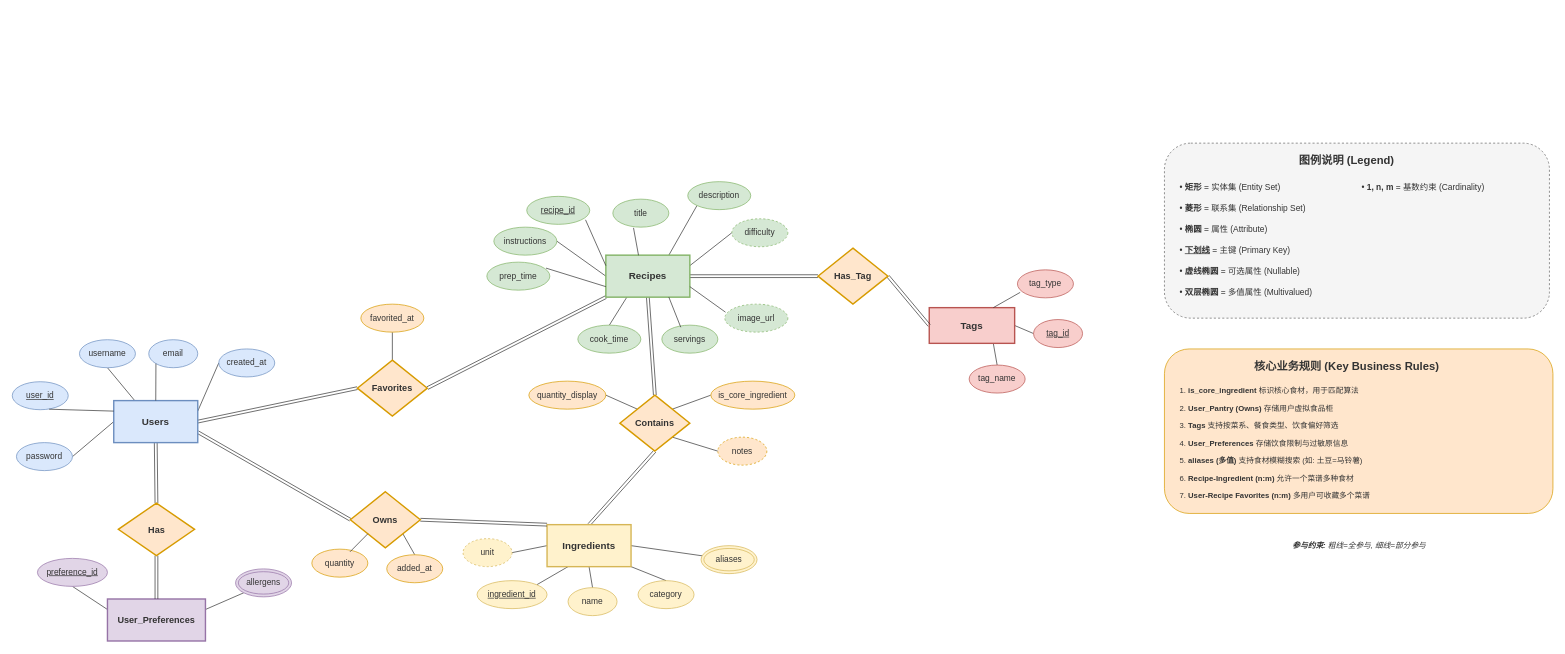
Earlier version of the draw.io diagram ER diagram.drawio (404NWF3/DavidRecipeToday). Source tidied: cells renumbered, new cells numbered last; positions are measured from the earlier drawing's top-left corner, leaving out a move shared by most shapes. Both pictures are drawn from the tidied source at 70%, with x=0, y=0 at pixel (12, 143).
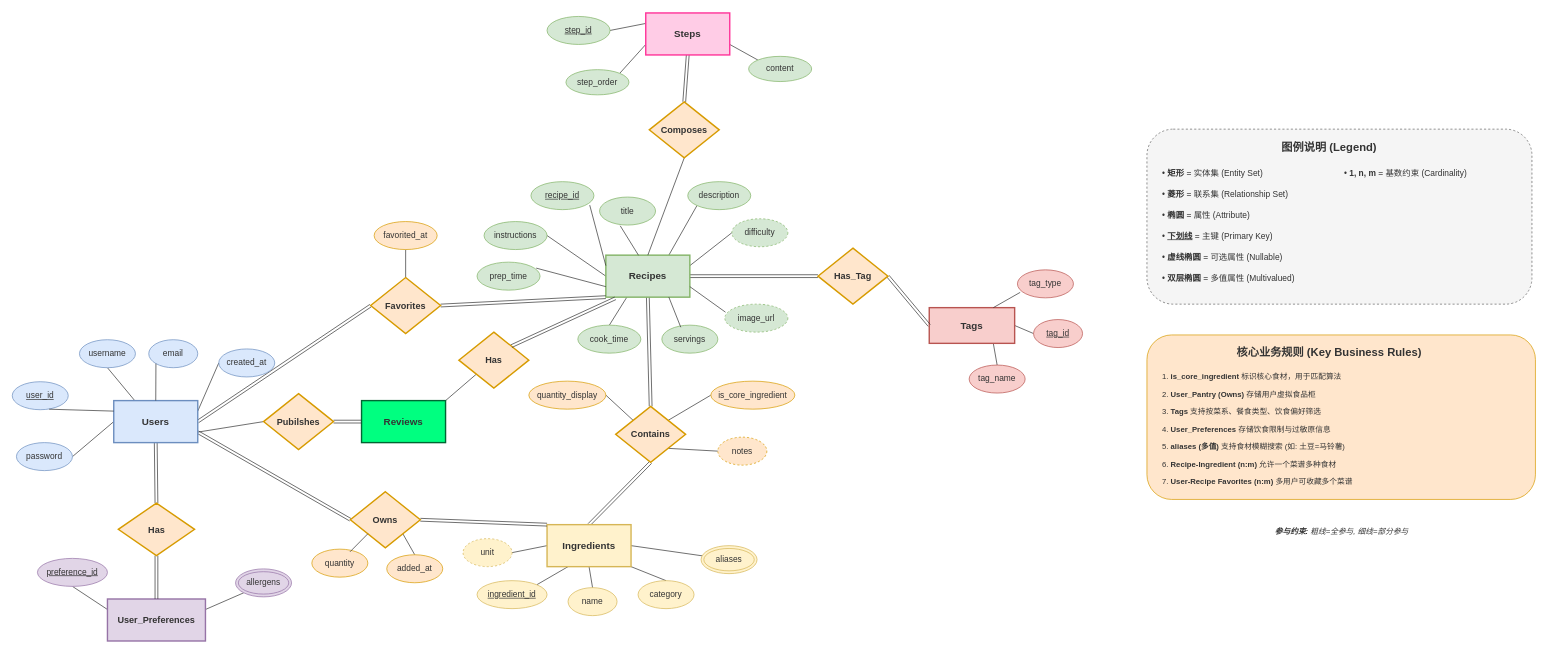
Above is the later version.

Commit message (it also covers changes not shown here):
a better ER digram

Unchanged cells that the change refers to:
```xml
<mxCell id="20" value="&lt;b&gt;Recipes&lt;/b&gt;" style="rounded=0;whiteSpace=wrap;html=1;fillColor=#d5e8d4;strokeColor=#82B366;fontStyle=1;fontSize=14;strokeWidth=2;fontColor=#333333;" parent="1" vertex="1">
  <mxGeometry x="848" y="160" width="120" height="60" as="geometry" />
</mxCell>
<mxCell id="48" value="&lt;b&gt;Users&lt;/b&gt;" style="rounded=0;whiteSpace=wrap;html=1;fillColor=#dae8fc;strokeColor=#6c8ebf;fontStyle=1;fontSize=14;strokeWidth=2;fontColor=#333333;" parent="1" vertex="1">
  <mxGeometry x="145" y="367.8" width="120" height="60" as="geometry" />
</mxCell>
```

The edit, as a diff of the source:
```diff
@@
     <mxCell id="21" value="&lt;u&gt;recipe_id&lt;/u&gt;" style="ellipse;whiteSpace=wrap;html=1;fillColor=#d5e8d4;strokeColor=#82b366;fontColor=#333333;" parent="1" vertex="1">
-      <mxGeometry x="735" y="76" width="90" height="40" as="geometry" />
+      <mxGeometry x="741" y="55" width="90" height="40" as="geometry" />
     </mxCell>
     <mxCell id="22" value="title" style="ellipse;whiteSpace=wrap;html=1;fillColor=#d5e8d4;strokeColor=#82b366;fontColor=#333333;" parent="1" vertex="1">
-      <mxGeometry x="858" y="80" width="80" height="40" as="geometry" />
+      <mxGeometry x="839" y="77" width="80" height="40" as="geometry" />
     </mxCell>
@@
     <mxCell id="24" value="instructions" style="ellipse;whiteSpace=wrap;html=1;fillColor=#d5e8d4;strokeColor=#82b366;fontColor=#333333;" parent="1" vertex="1">
-      <mxGeometry x="688" y="120" width="90" height="40" as="geometry" />
+      <mxGeometry x="674" y="112" width="90" height="40" as="geometry" />
     </mxCell>
     <mxCell id="25" value="prep_time" style="ellipse;whiteSpace=wrap;html=1;fillColor=#d5e8d4;strokeColor=#82b366;fontColor=#333333;" parent="1" vertex="1">
-      <mxGeometry x="678" y="170" width="90" height="40" as="geometry" />
+      <mxGeometry x="664" y="170" width="90" height="40" as="geometry" />
     </mxCell>
@@
     <mxCell id="38" value="&lt;b&gt;Contains&lt;/b&gt;" style="rhombus;whiteSpace=wrap;html=1;fillColor=#ffe6cc;strokeColor=#d79b00;fontStyle=1;fontSize=13;strokeWidth=2;fontColor=#333333;" parent="1" vertex="1">
-      <mxGeometry x="868" y="360" width="100" height="80" as="geometry" />
+      <mxGeometry x="862" y="376" width="100" height="80" as="geometry" />
     </mxCell>
@@
+    <mxCell id="101" style="rounded=0;jettySize=auto;html=1;exitX=1;exitY=0.75;exitDx=0;exitDy=0;entryX=0;entryY=0.5;entryDx=0;entryDy=0;endArrow=none;endFill=0;strokeColor=#333333;" parent="1" edge="1" source="48" target="115">
+      <mxGeometry relative="1" as="geometry" />
+    </mxCell>
@@
     <mxCell id="71" value="&lt;b&gt;Favorites&lt;/b&gt;" style="rhombus;whiteSpace=wrap;html=1;fillColor=#ffe6cc;strokeColor=#d79b00;fontStyle=1;fontSize=13;strokeWidth=2;fontColor=#333333;" parent="1" vertex="1">
-      <mxGeometry x="493" y="310" width="100" height="80" as="geometry" />
+      <mxGeometry x="512" y="192" width="100" height="80" as="geometry" />
     </mxCell>
     <mxCell id="72" value="favorited_at" style="ellipse;whiteSpace=wrap;html=1;fillColor=#ffe6cc;strokeColor=#d79b00;fontColor=#333333;" parent="1" vertex="1">
-      <mxGeometry x="498" y="230" width="90" height="40" as="geometry" />
+      <mxGeometry x="517" y="112" width="90" height="40" as="geometry" />
     </mxCell>
@@
     <mxCell id="82" style="rounded=1;whiteSpace=wrap;html=1;fillColor=#f5f5f5;strokeColor=#666666;fontColor=#333333;dashed=1;align=left;verticalAlign=top;" parent="1" vertex="1">
-      <mxGeometry x="1646" width="550" height="250" as="geometry" />
+      <mxGeometry x="1621" y="-20" width="550" height="250" as="geometry" />
     </mxCell>
     <mxCell id="83" value="&lt;b&gt;&lt;font style=&quot;font-size: 16px;&quot;&gt;图例说明 (Legend)&lt;/font&gt;&lt;/b&gt;" style="text;html=1;align=center;verticalAlign=middle;fontColor=#333333;" parent="1" vertex="1">
-      <mxGeometry x="1816" y="10" width="180" height="30" as="geometry" />
+      <mxGeometry x="1791" y="-10" width="180" height="30" as="geometry" />
     </mxCell>
     <mxCell id="84" value="• &lt;b&gt;矩形&lt;/b&gt; = 实体集 (Entity Set)" style="text;html=1;align=left;verticalAlign=middle;fontSize=12;fontColor=#333333;" parent="1" vertex="1">
-      <mxGeometry x="1666" y="50" width="220" height="25" as="geometry" />
+      <mxGeometry x="1641" y="30" width="220" height="25" as="geometry" />
     </mxCell>
     <mxCell id="85" value="• &lt;b&gt;菱形&lt;/b&gt; = 联系集 (Relationship Set)" style="text;html=1;align=left;verticalAlign=middle;fontSize=12;fontColor=#333333;" parent="1" vertex="1">
-      <mxGeometry x="1666" y="80" width="260" height="25" as="geometry" />
+      <mxGeometry x="1641" y="60" width="260" height="25" as="geometry" />
     </mxCell>
     <mxCell id="86" value="• &lt;b&gt;椭圆&lt;/b&gt; = 属性 (Attribute)" style="text;html=1;align=left;verticalAlign=middle;fontSize=12;fontColor=#333333;" parent="1" vertex="1">
-      <mxGeometry x="1666" y="110" width="210" height="25" as="geometry" />
+      <mxGeometry x="1641" y="90" width="210" height="25" as="geometry" />
     </mxCell>
     <mxCell id="87" value="• &lt;b&gt;&lt;u&gt;下划线&lt;/u&gt;&lt;/b&gt; = 主键 (Primary Key)" style="text;html=1;align=left;verticalAlign=middle;fontSize=12;fontColor=#333333;" parent="1" vertex="1">
-      <mxGeometry x="1666" y="140" width="240" height="25" as="geometry" />
+      <mxGeometry x="1641" y="120" width="240" height="25" as="geometry" />
     </mxCell>
     <mxCell id="88" value="• &lt;b&gt;虚线椭圆&lt;/b&gt; = 可选属性 (Nullable)" style="text;html=1;align=left;verticalAlign=middle;fontSize=12;fontColor=#333333;" parent="1" vertex="1">
-      <mxGeometry x="1666" y="170" width="260" height="25" as="geometry" />
+      <mxGeometry x="1641" y="150" width="260" height="25" as="geometry" />
     </mxCell>
     <mxCell id="89" value="• &lt;b&gt;双层椭圆&lt;/b&gt; = 多值属性 (Multivalued)" style="text;html=1;align=left;verticalAlign=middle;fontSize=12;fontColor=#333333;" parent="1" vertex="1">
-      <mxGeometry x="1666" y="200" width="280" height="25" as="geometry" />
+      <mxGeometry x="1641" y="180" width="280" height="25" as="geometry" />
     </mxCell>
     <mxCell id="90" value="• &lt;b&gt;1, n, m&lt;/b&gt; = 基数约束 (Cardinality)" style="text;html=1;align=left;verticalAlign=middle;fontSize=12;fontColor=#333333;" parent="1" vertex="1">
-      <mxGeometry x="1926" y="50" width="250" height="25" as="geometry" />
+      <mxGeometry x="1901" y="30" width="250" height="25" as="geometry" />
     </mxCell>
     <mxCell id="91" style="rounded=1;whiteSpace=wrap;html=1;fillColor=#ffe6cc;strokeColor=#d79b00;align=left;verticalAlign=top;fontColor=#333333;" parent="1" vertex="1">
-      <mxGeometry x="1646" y="294" width="555" height="235" as="geometry" />
+      <mxGeometry x="1621" y="274" width="555" height="235" as="geometry" />
     </mxCell>
     <mxCell id="92" value="&lt;b&gt;&lt;font style=&quot;font-size: 16px;&quot;&gt;核心业务规则 (Key Business Rules)&lt;/font&gt;&lt;/b&gt;" style="text;html=1;align=center;verticalAlign=middle;fontColor=#333333;" parent="1" vertex="1">
-      <mxGeometry x="1756" y="304" width="300" height="30" as="geometry" />
+      <mxGeometry x="1731" y="284" width="300" height="30" as="geometry" />
     </mxCell>
     <mxCell id="93" value="1. &lt;b&gt;is_core_ingredient&lt;/b&gt; 标识核心食材，用于匹配算法" style="text;html=1;align=left;verticalAlign=middle;fontSize=11;fontColor=#333333;" parent="1" vertex="1">
-      <mxGeometry x="1666" y="344" width="350" height="20" as="geometry" />
+      <mxGeometry x="1641" y="324" width="350" height="20" as="geometry" />
     </mxCell>
     <mxCell id="94" value="2. &lt;b&gt;User_Pantry (Owns)&lt;/b&gt; 存储用户虚拟食品柜" style="text;html=1;align=left;verticalAlign=middle;fontSize=11;fontColor=#333333;" parent="1" vertex="1">
-      <mxGeometry x="1666" y="369" width="340" height="20" as="geometry" />
+      <mxGeometry x="1641" y="349" width="340" height="20" as="geometry" />
     </mxCell>
     <mxCell id="95" value="3. &lt;b&gt;Tags&lt;/b&gt; 支持按菜系、餐食类型、饮食偏好筛选" style="text;html=1;align=left;verticalAlign=middle;fontSize=11;fontColor=#333333;" parent="1" vertex="1">
-      <mxGeometry x="1666" y="394" width="360" height="20" as="geometry" />
+      <mxGeometry x="1641" y="374" width="360" height="20" as="geometry" />
     </mxCell>
     <mxCell id="96" value="4. &lt;b&gt;User_Preferences&lt;/b&gt; 存储饮食限制与过敏原信息" style="text;html=1;align=left;verticalAlign=middle;fontSize=11;fontColor=#333333;" parent="1" vertex="1">
-      <mxGeometry x="1666" y="419" width="380" height="20" as="geometry" />
+      <mxGeometry x="1641" y="399" width="380" height="20" as="geometry" />
     </mxCell>
     <mxCell id="97" value="5. &lt;b&gt;aliases (多值)&lt;/b&gt; 支持食材模糊搜索 (如: 土豆=马铃薯)" style="text;html=1;align=left;verticalAlign=middle;fontSize=11;fontColor=#333333;" parent="1" vertex="1">
-      <mxGeometry x="1666" y="444" width="420" height="20" as="geometry" />
+      <mxGeometry x="1641" y="424" width="420" height="20" as="geometry" />
     </mxCell>
     <mxCell id="98" value="6. &lt;b&gt;Recipe-Ingredient (n:m)&lt;/b&gt; 允许一个菜谱多种食材" style="text;html=1;align=left;verticalAlign=middle;fontSize=11;fontColor=#333333;" parent="1" vertex="1">
-      <mxGeometry x="1666" y="469" width="400" height="20" as="geometry" />
+      <mxGeometry x="1641" y="449" width="400" height="20" as="geometry" />
     </mxCell>
     <mxCell id="99" value="7. &lt;b&gt;User-Recipe Favorites (n:m)&lt;/b&gt; 多用户可收藏多个菜谱" style="text;html=1;align=left;verticalAlign=middle;fontSize=11;fontColor=#333333;" parent="1" vertex="1">
-      <mxGeometry x="1666" y="494" width="420" height="20" as="geometry" />
+      <mxGeometry x="1641" y="474" width="420" height="20" as="geometry" />
     </mxCell>
     <mxCell id="100" value="&lt;b&gt;参与约束:&lt;/b&gt; 粗线=全参与, 细线=部分参与" style="text;html=1;align=center;verticalAlign=middle;fontSize=11;fontColor=#333333;fontStyle=2;" parent="1" vertex="1">
-      <mxGeometry x="1763.5" y="565" width="320" height="20" as="geometry" />
+      <mxGeometry x="1738.5" y="545" width="320" height="20" as="geometry" />
     </mxCell>
+    <mxCell id="102" style="rounded=0;jettySize=auto;html=1;exitX=0.5;exitY=1;exitDx=0;exitDy=0;entryX=0.5;entryY=0;entryDx=0;entryDy=0;shape=link;strokeColor=#333333;" parent="1" edge="1" source="106" target="110">
+      <mxGeometry relative="1" as="geometry" />
+    </mxCell>
+    <mxCell id="103" style="rounded=0;jettySize=auto;html=1;exitX=0;exitY=0.25;exitDx=0;exitDy=0;entryX=1;entryY=0.5;entryDx=0;entryDy=0;strokeColor=#333333;endArrow=none;endFill=0;" parent="1" edge="1" source="106" target="107">
+      <mxGeometry relative="1" as="geometry" />
+    </mxCell>
+    <mxCell id="104" style="rounded=0;jettySize=auto;html=1;exitX=0;exitY=0.75;exitDx=0;exitDy=0;entryX=1;entryY=0;entryDx=0;entryDy=0;strokeColor=#333333;endArrow=none;endFill=0;" parent="1" edge="1" source="106" target="108">
+      <mxGeometry relative="1" as="geometry" />
+    </mxCell>
+    <mxCell id="105" style="rounded=0;jettySize=auto;html=1;exitX=1;exitY=0.75;exitDx=0;exitDy=0;entryX=0;entryY=0;entryDx=0;entryDy=0;strokeColor=#333333;endArrow=none;endFill=0;" parent="1" edge="1" source="106" target="111">
+      <mxGeometry relative="1" as="geometry" />
+    </mxCell>
+    <mxCell id="106" value="&lt;b&gt;&lt;font style=&quot;color: rgb(51, 51, 51);&quot;&gt;Steps&lt;/font&gt;&lt;/b&gt;" style="rounded=0;whiteSpace=wrap;html=1;fillColor=#FFCCE6;strokeColor=#FF3399;fontStyle=1;fontSize=14;strokeWidth=2;fontColor=#333333;" parent="1" vertex="1">
+      <mxGeometry x="905" y="-186" width="120" height="60" as="geometry" />
+    </mxCell>
+    <mxCell id="107" value="&lt;font style=&quot;color: rgb(51, 51, 51);&quot;&gt;&lt;u&gt;step&lt;/u&gt;&lt;u style=&quot;background-color: transparent;&quot;&gt;_id&lt;/u&gt;&lt;/font&gt;" style="ellipse;whiteSpace=wrap;html=1;fillColor=light-dark(#d5e8d4, #ffcce6);strokeColor=light-dark(#82b366, #ff3399);fontColor=#333333;" parent="1" vertex="1">
+      <mxGeometry x="764" y="-181" width="90" height="40" as="geometry" />
+    </mxCell>
+    <mxCell id="108" value="&lt;font color=&quot;#333333&quot;&gt;step_order&lt;/font&gt;" style="ellipse;whiteSpace=wrap;html=1;fillColor=light-dark(#d5e8d4, #ffcce6);strokeColor=light-dark(#82b366, #ff3399);fontColor=#333333;" parent="1" vertex="1">
+      <mxGeometry x="791" y="-105" width="90" height="36" as="geometry" />
+    </mxCell>
+    <mxCell id="109" style="rounded=0;jettySize=auto;html=1;exitX=0.5;exitY=1;exitDx=0;exitDy=0;entryX=0.5;entryY=0;entryDx=0;entryDy=0;strokeColor=#333333;endArrow=none;endFill=0;" parent="1" edge="1" source="110" target="20">
+      <mxGeometry relative="1" as="geometry" />
+    </mxCell>
+    <mxCell id="110" value="&lt;b&gt;&lt;font style=&quot;color: rgb(51, 51, 51);&quot;&gt;Composes&lt;/font&gt;&lt;/b&gt;" style="rhombus;whiteSpace=wrap;html=1;fillColor=#ffe6cc;strokeColor=#d79b00;fontStyle=1;fontSize=13;strokeWidth=2;fontColor=#333333;" parent="1" vertex="1">
+      <mxGeometry x="910" y="-59" width="100" height="80" as="geometry" />
+    </mxCell>
+    <mxCell id="111" value="&lt;font color=&quot;#333333&quot;&gt;content&lt;/font&gt;" style="ellipse;whiteSpace=wrap;html=1;fillColor=light-dark(#d5e8d4, #ffcce6);strokeColor=light-dark(#82b366, #ff3399);fontColor=#333333;" parent="1" vertex="1">
+      <mxGeometry x="1052" y="-124" width="90" height="36" as="geometry" />
+    </mxCell>
+    <mxCell id="112" style="rounded=0;jettySize=auto;html=1;exitX=1;exitY=0;exitDx=0;exitDy=0;entryX=0;entryY=1;entryDx=0;entryDy=0;endArrow=none;endFill=0;strokeColor=#333333;" parent="1" edge="1" source="113" target="116">
+      <mxGeometry relative="1" as="geometry" />
+    </mxCell>
+    <mxCell id="113" value="&lt;b&gt;&lt;font style=&quot;color: rgb(51, 51, 51);&quot;&gt;Reviews&lt;/font&gt;&lt;/b&gt;" style="rounded=0;whiteSpace=wrap;html=1;fillColor=#00FF80;strokeColor=#006633;fontStyle=1;fontSize=14;strokeWidth=2;fontColor=#333333;" parent="1" vertex="1">
+      <mxGeometry x="499" y="367.8" width="120" height="60" as="geometry" />
+    </mxCell>
+    <mxCell id="114" style="edgeStyle=orthogonalEdgeStyle;rounded=0;jettySize=auto;html=1;exitX=1;exitY=0.5;exitDx=0;exitDy=0;entryX=0;entryY=0.5;entryDx=0;entryDy=0;shape=link;strokeColor=#333333;" parent="1" edge="1" source="115" target="113">
+      <mxGeometry relative="1" as="geometry" />
+    </mxCell>
+    <mxCell id="115" value="&lt;b&gt;&lt;font style=&quot;color: rgb(51, 51, 51);&quot;&gt;Pubilshes&lt;/font&gt;&lt;/b&gt;" style="rhombus;whiteSpace=wrap;html=1;fillColor=#ffe6cc;strokeColor=#d79b00;fontStyle=1;fontSize=13;strokeWidth=2;fontColor=#333333;" parent="1" vertex="1">
+      <mxGeometry x="359" y="357.8" width="100" height="80" as="geometry" />
+    </mxCell>
+    <mxCell id="116" value="&lt;b&gt;&lt;font style=&quot;color: rgb(51, 51, 51);&quot;&gt;Has&lt;/font&gt;&lt;/b&gt;" style="rhombus;whiteSpace=wrap;html=1;fillColor=#ffe6cc;strokeColor=#d79b00;fontStyle=1;fontSize=13;strokeWidth=2;fontColor=#333333;" parent="1" vertex="1">
+      <mxGeometry x="638" y="270" width="100" height="80" as="geometry" />
+    </mxCell>
+    <mxCell id="117" style="rounded=0;jettySize=auto;html=1;exitX=1;exitY=0;exitDx=0;exitDy=0;entryX=0.113;entryY=1.028;entryDx=0;entryDy=0;entryPerimeter=0;endArrow=async;endFill=1;shape=link;strokeColor=#333333;" parent="1" edge="1" source="116" target="20">
+      <mxGeometry relative="1" as="geometry" />
+    </mxCell>
```
